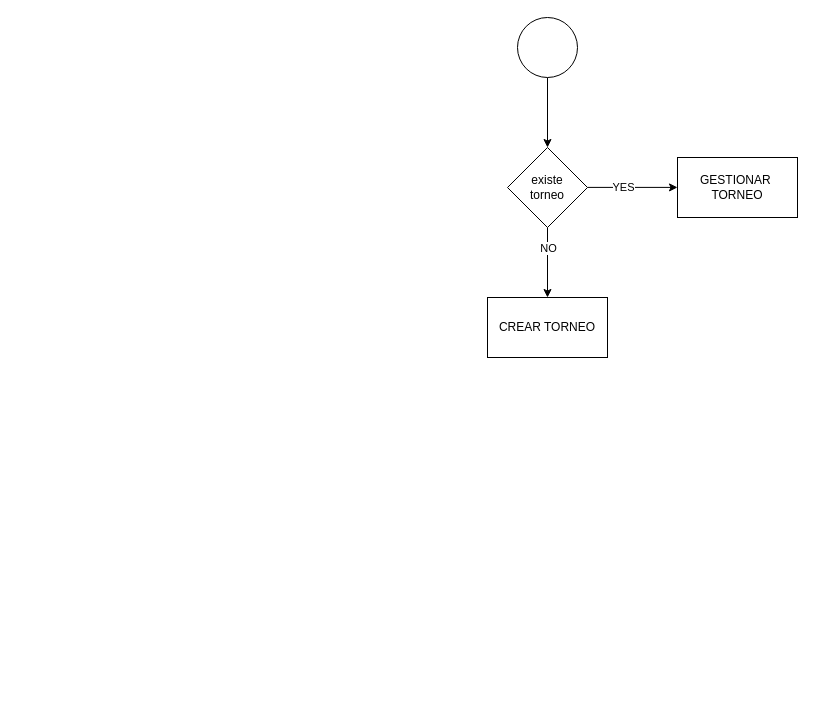
This is src/assets/diagramas/navegabilidad-admin.drawio from PowerOfMind/gestion-torneos, a draw.io file, before an edit. Source tidied: cells renumbered, new cells numbered last; positions are measured from the earlier drawing's top-left corner, leaving out a move shared by most shapes. Both pictures are drawn from the tidied source at 100%, with x=0, y=0 at pixel (487, 17).
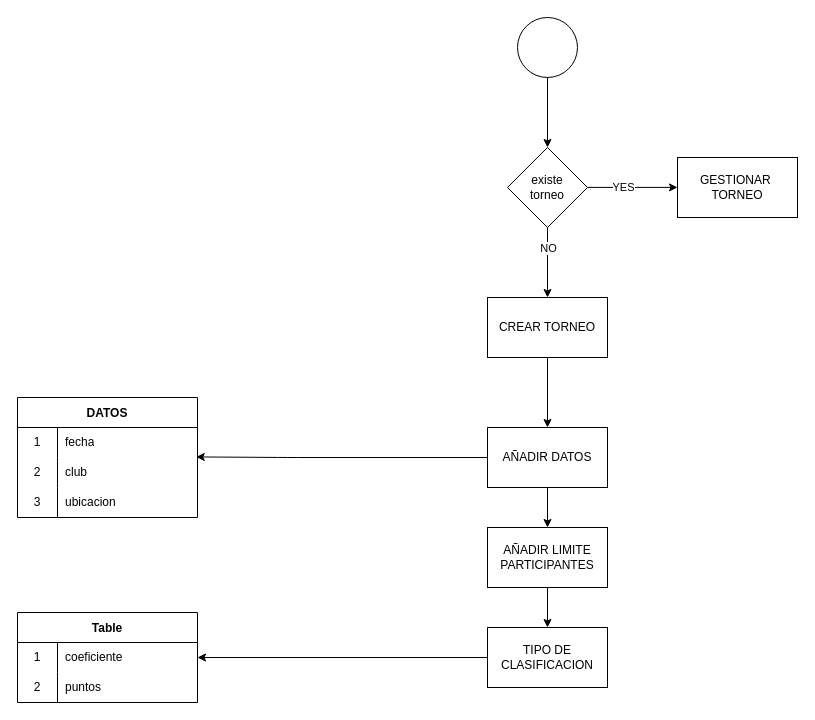
The same page after the edit.

Commit message:
flujo admin

The change refers to these unchanged cells:
```xml
<mxCell id="10" value="CREAR TORNEO" style="whiteSpace=wrap;html=1;" parent="1" vertex="1">
  <mxGeometry y="280" width="120" height="60" as="geometry" />
</mxCell>
```

Diff of the diagram source:
```diff
@@
+    <mxCell id="11" style="edgeStyle=none;html=1;" parent="1" edge="1" source="10" target="14">
+      <mxGeometry relative="1" as="geometry" />
+    </mxCell>
@@
+    <mxCell id="12" style="edgeStyle=none;html=1;" parent="1" edge="1" source="14" target="16">
+      <mxGeometry relative="1" as="geometry" />
+    </mxCell>
+    <mxCell id="13" style="edgeStyle=none;html=1;entryX=0.993;entryY=-0.019;entryDx=0;entryDy=0;entryPerimeter=0;" parent="1" edge="1" source="14" target="23">
+      <mxGeometry relative="1" as="geometry">
+        <Array as="points">
+          <mxPoint x="-200" y="440" />
+        </Array>
+      </mxGeometry>
+    </mxCell>
+    <mxCell id="14" value="AÑADIR DATOS" style="whiteSpace=wrap;html=1;" parent="1" vertex="1">
+      <mxGeometry y="410" width="120" height="60" as="geometry" />
+    </mxCell>
+    <mxCell id="15" style="edgeStyle=none;html=1;" parent="1" edge="1" source="16" target="18">
+      <mxGeometry relative="1" as="geometry" />
+    </mxCell>
+    <mxCell id="16" value="AÑADIR LIMITE&lt;br&gt;PARTICIPANTES" style="whiteSpace=wrap;html=1;" parent="1" vertex="1">
+      <mxGeometry y="510" width="120" height="60" as="geometry" />
+    </mxCell>
+    <mxCell id="17" style="edgeStyle=none;html=1;" parent="1" edge="1" source="18">
+      <mxGeometry relative="1" as="geometry">
+        <mxPoint x="-290" y="640" as="targetPoint" />
+      </mxGeometry>
+    </mxCell>
+    <mxCell id="18" value="TIPO DE CLASIFICACION" style="whiteSpace=wrap;html=1;" parent="1" vertex="1">
+      <mxGeometry y="610" width="120" height="60" as="geometry" />
+    </mxCell>
+    <mxCell id="19" value="DATOS" style="shape=table;startSize=30;childLayout=tableLayout;rowLines=0;fontStyle=1;" parent="1" vertex="1">
+      <mxGeometry x="-470" y="380" width="180" height="120" as="geometry" />
+    </mxCell>
+    <mxCell id="20" style="shape=tableRow;horizontal=0;startSize=0;swimlaneHead=0;swimlaneBody=0;top=0;left=0;bottom=0;right=0;fillColor=none;" parent="19" vertex="1">
+      <mxGeometry y="30" width="180" height="30" as="geometry" />
+    </mxCell>
+    <mxCell id="21" value="1" style="shape=partialRectangle;html=1;whiteSpace=wrap;fillColor=none;top=0;left=0;bottom=0;right=0;overflow=hidden;" parent="20" vertex="1">
+      <mxGeometry width="40" height="30" as="geometry" />
+    </mxCell>
+    <mxCell id="22" value="fecha" style="shape=partialRectangle;html=1;whiteSpace=wrap;fillColor=none;top=0;left=0;bottom=0;right=0;align=left;spacingLeft=6;overflow=hidden;" parent="20" vertex="1">
+      <mxGeometry x="40" width="140" height="30" as="geometry" />
+    </mxCell>
+    <mxCell id="23" style="shape=tableRow;horizontal=0;startSize=0;swimlaneHead=0;swimlaneBody=0;top=0;left=0;bottom=0;right=0;fillColor=none;points=[[0,0.5],[1,0.5]];portConstraint=eastwest;" parent="19" vertex="1">
+      <mxGeometry y="60" width="180" height="30" as="geometry" />
+    </mxCell>
+    <mxCell id="24" value="2" style="shape=partialRectangle;html=1;whiteSpace=wrap;fillColor=none;top=0;left=0;bottom=0;right=0;overflow=hidden;" parent="23" vertex="1">
+      <mxGeometry width="40" height="30" as="geometry" />
+    </mxCell>
+    <mxCell id="25" value="club" style="shape=partialRectangle;html=1;whiteSpace=wrap;fillColor=none;top=0;left=0;bottom=0;right=0;align=left;spacingLeft=6;overflow=hidden;" parent="23" vertex="1">
+      <mxGeometry x="40" width="140" height="30" as="geometry" />
+    </mxCell>
+    <mxCell id="26" style="shape=tableRow;horizontal=0;startSize=0;swimlaneHead=0;swimlaneBody=0;top=0;left=0;bottom=0;right=0;fillColor=none;" parent="19" vertex="1">
+      <mxGeometry y="90" width="180" height="30" as="geometry" />
+    </mxCell>
+    <mxCell id="27" value="3" style="shape=partialRectangle;html=1;whiteSpace=wrap;fillColor=none;top=0;left=0;bottom=0;right=0;overflow=hidden;" parent="26" vertex="1">
+      <mxGeometry width="40" height="30" as="geometry" />
+    </mxCell>
+    <mxCell id="28" value="ubicacion" style="shape=partialRectangle;html=1;whiteSpace=wrap;fillColor=none;top=0;left=0;bottom=0;right=0;align=left;spacingLeft=6;overflow=hidden;" parent="26" vertex="1">
+      <mxGeometry x="40" width="140" height="30" as="geometry" />
+    </mxCell>
+    <mxCell id="29" value="Table" style="shape=table;startSize=30;childLayout=tableLayout;rowLines=0;fontStyle=1;" parent="1" vertex="1">
+      <mxGeometry x="-470" y="595" width="180" height="90" as="geometry" />
+    </mxCell>
+    <mxCell id="30" style="shape=tableRow;horizontal=0;startSize=0;swimlaneHead=0;swimlaneBody=0;top=0;left=0;bottom=0;right=0;fillColor=none;" parent="29" vertex="1">
+      <mxGeometry y="30" width="180" height="30" as="geometry" />
+    </mxCell>
+    <mxCell id="31" value="1" style="shape=partialRectangle;html=1;whiteSpace=wrap;fillColor=none;top=0;left=0;bottom=0;right=0;overflow=hidden;" parent="30" vertex="1">
+      <mxGeometry width="40" height="30" as="geometry" />
+    </mxCell>
+    <mxCell id="32" value="coeficiente" style="shape=partialRectangle;html=1;whiteSpace=wrap;fillColor=none;top=0;left=0;bottom=0;right=0;align=left;spacingLeft=6;overflow=hidden;" parent="30" vertex="1">
+      <mxGeometry x="40" width="140" height="30" as="geometry" />
+    </mxCell>
+    <mxCell id="33" style="shape=tableRow;horizontal=0;startSize=0;swimlaneHead=0;swimlaneBody=0;top=0;left=0;bottom=0;right=0;fillColor=none;" parent="29" vertex="1">
+      <mxGeometry y="60" width="180" height="30" as="geometry" />
+    </mxCell>
+    <mxCell id="34" value="2" style="shape=partialRectangle;html=1;whiteSpace=wrap;fillColor=none;top=0;left=0;bottom=0;right=0;overflow=hidden;" parent="33" vertex="1">
+      <mxGeometry width="40" height="30" as="geometry" />
+    </mxCell>
+    <mxCell id="35" value="puntos" style="shape=partialRectangle;html=1;whiteSpace=wrap;fillColor=none;top=0;left=0;bottom=0;right=0;align=left;spacingLeft=6;overflow=hidden;" parent="33" vertex="1">
+      <mxGeometry x="40" width="140" height="30" as="geometry" />
+    </mxCell>
```
